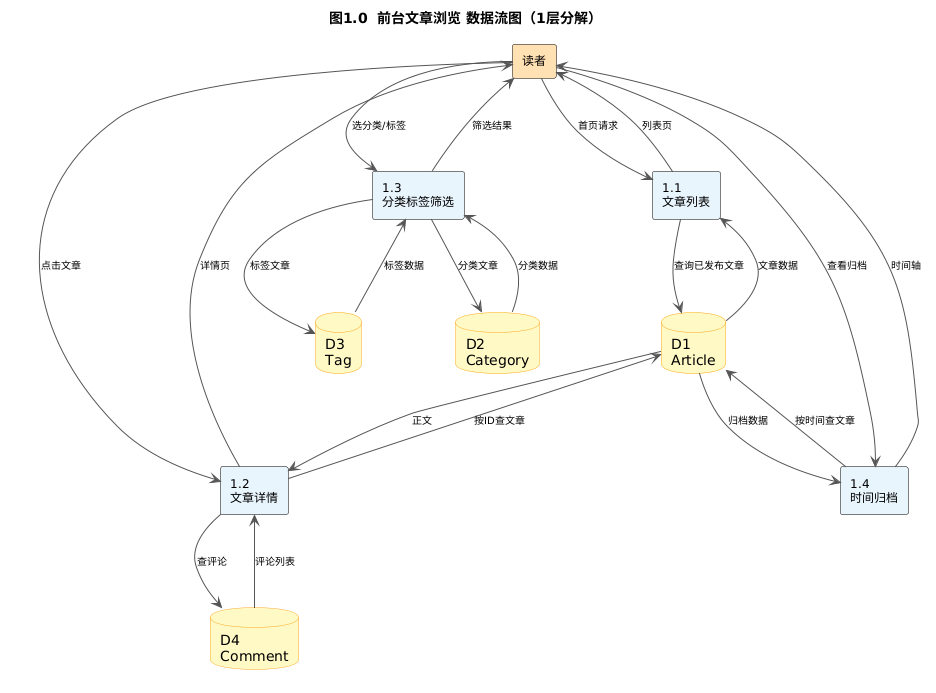
xiongyuanhao0525-bot/Class3-Group4 keeps this PlantUML diagram as doc/素材/纪秀茹/DFD-1前台文章浏览.png. Above is the earlier version.
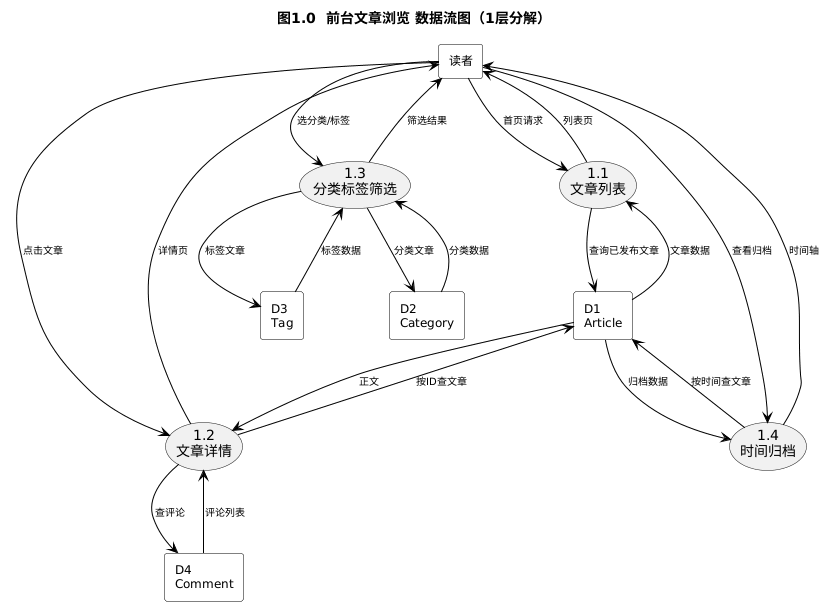
After the change.

The edit, as a diff of the source:
```diff
@@ -1,31 +1,27 @@
 @startuml
 skinparam defaultFontName "Microsoft YaHei"
-skinparam nodesep 60
-skinparam ranksep 80
+skinparam nodesep 50
+skinparam ranksep 70
 skinparam rectangle {
-  BackgroundColor #FEFEFE
+  BackgroundColor white
   BorderColor black
   FontSize 12
 }
-skinparam database {
-  BackgroundColor #FFF9C4
-  BorderColor #F9A825
-}
 skinparam ArrowFontSize 10
-skinparam ArrowColor #555555
+skinparam ArrowColor black
 title 图1.0  前台文章浏览 数据流图（1层分解）
 
-rectangle "读者" as E1 #FFE0B2
+rectangle "读者" as E1
 
-rectangle "1.1\n文章列表" as P11 #E8F4FD
-rectangle "1.2\n文章详情" as P12 #E8F4FD
-rectangle "1.3\n分类标签筛选" as P13 #E8F4FD
-rectangle "1.4\n时间归档" as P14 #E8F4FD
+usecase "1.1\n文章列表" as P11
+usecase "1.2\n文章详情" as P12
+usecase "1.3\n分类标签筛选" as P13
+usecase "1.4\n时间归档" as P14
 
-database "D1\nArticle" as D1 #FFF9C4
-database "D2\nCategory" as D2 #FFF9C4
-database "D3\nTag" as D3 #FFF9C4
-database "D4\nComment" as D4 #FFF9C4
+rectangle "D1\nArticle" as D1
+rectangle "D2\nCategory" as D2
+rectangle "D3\nTag" as D3
+rectangle "D4\nComment" as D4
 
 E1 --> P11 : 首页请求
 P11 --> D1 : 查询已发布文章
```
